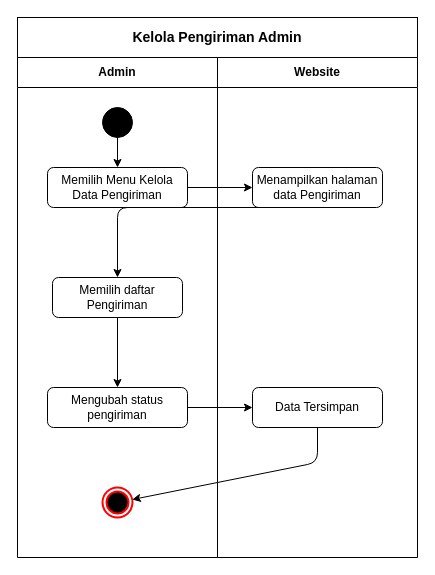
Above: page "Activity: KelolaPengirimanAdmin" (5 of 18) of diagram-macha/Macha_Diagrams.drawio in FikriBintangx/Macha (draw.io), before the change. Source tidied: cells renumbered, new cells numbered last; positions are measured from the earlier drawing's top-left corner, leaving out a move shared by most shapes. Both pictures are drawn from the tidied source at 100%, with x=0, y=0 at pixel (17, 17).
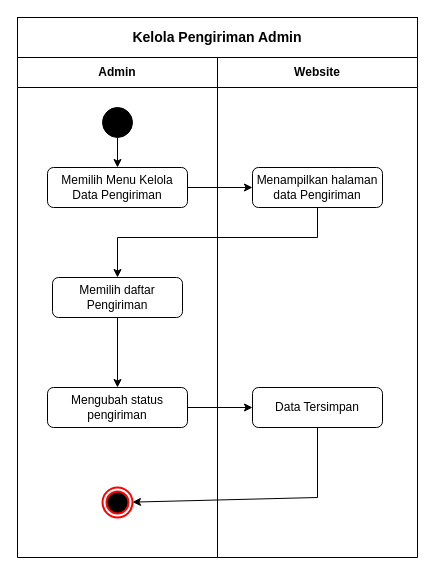
After the change.

Unchanged cells that the change refers to:
```xml
<mxCell id="5" value="Memilih daftar&#10;Pengiriman" style="rounded=1;whiteSpace=wrap;html=1;" parent="2" vertex="1">
  <mxGeometry x="35" y="220" width="130" height="40" as="geometry" />
</mxCell>
<mxCell id="7" style="ellipse;html=1;shape=endState;fillColor=#000000;strokeColor=#ff0000;strokeWidth=2;" parent="2" vertex="1">
  <mxGeometry x="85" y="430" width="30" height="30" as="geometry" />
</mxCell>
<mxCell id="9" value="Menampilkan halaman&#10;data Pengiriman" style="rounded=1;whiteSpace=wrap;html=1;" parent="8" vertex="1">
  <mxGeometry x="35" y="110" width="130" height="40" as="geometry" />
</mxCell>
<mxCell id="10" value="Data Tersimpan" style="rounded=1;whiteSpace=wrap;html=1;" parent="8" vertex="1">
  <mxGeometry x="35" y="330" width="130" height="40" as="geometry" />
</mxCell>
```

What changed in the source:
```diff
@@
-    <mxCell id="13" parent="1" edge="1" source="9" target="5">
+    <mxCell id="13" style="rounded=0;curved=0;" parent="1" edge="1" source="9" target="5">
       <mxGeometry relative="1" as="geometry">
         <Array as="points">
           <mxPoint x="300" y="190" />
-          <mxPoint x="100" y="190" />
+          <mxPoint x="300" y="220" />
+          <mxPoint x="100" y="220" />
         </Array>
       </mxGeometry>
     </mxCell>
@@
-    <mxCell id="16" parent="1" edge="1" source="10" target="7">
+    <mxCell id="16" style="rounded=0;curved=0;" parent="1" edge="1" source="10" target="7">
       <mxGeometry relative="1" as="geometry">
         <Array as="points">
-          <mxPoint x="300" y="445" />
+          <mxPoint x="300" y="480" />
         </Array>
       </mxGeometry>
     </mxCell>
```
